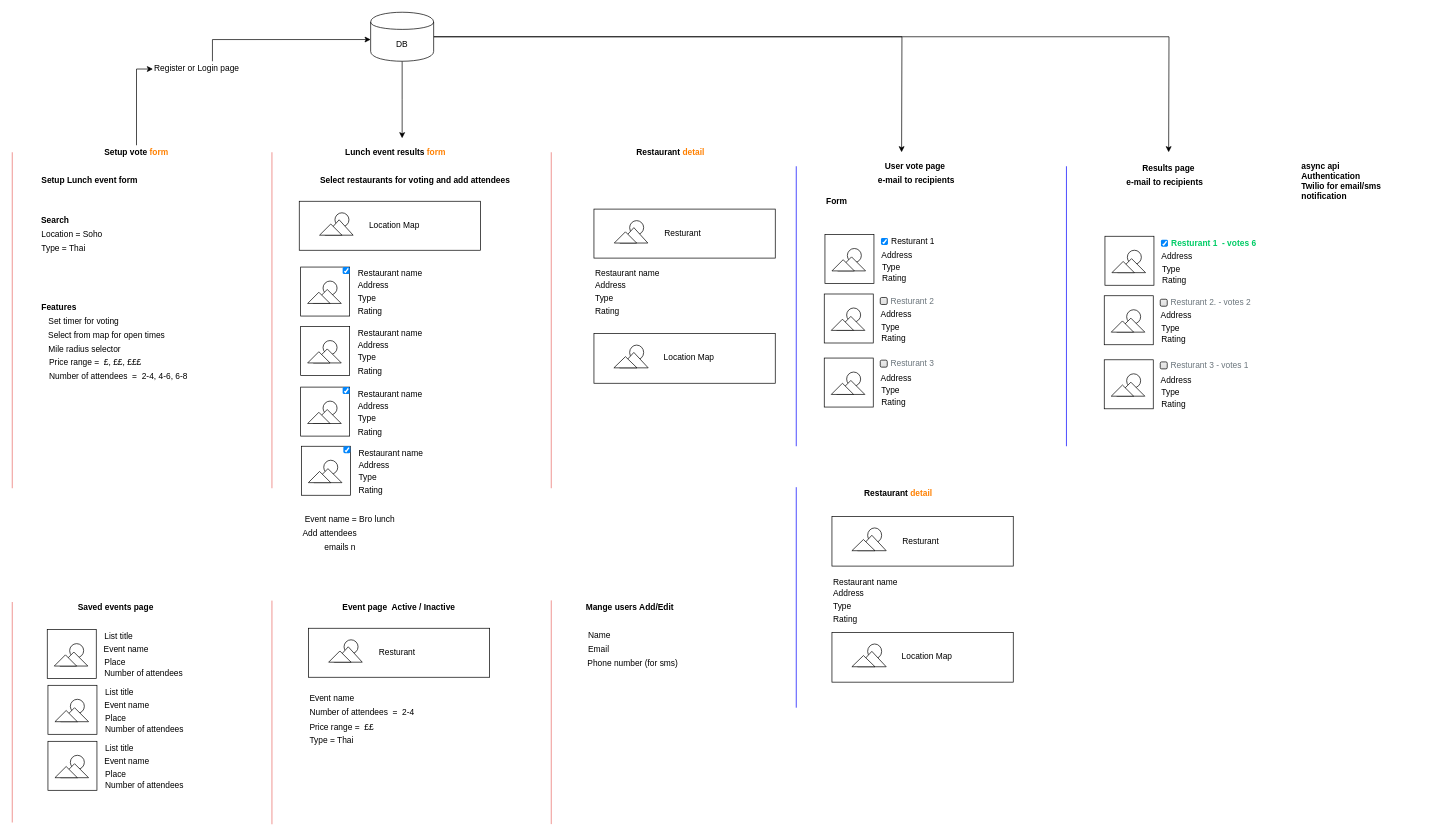
Above: lunchSystem.drawio in ameenaziz/lunch (draw.io), before the change. Source tidied: cells renumbered, new cells numbered last; positions are measured from the earlier drawing's top-left corner, leaving out a move shared by most shapes. Both pictures are drawn from the tidied source at 70%, with x=0, y=0 at pixel (12, 12).
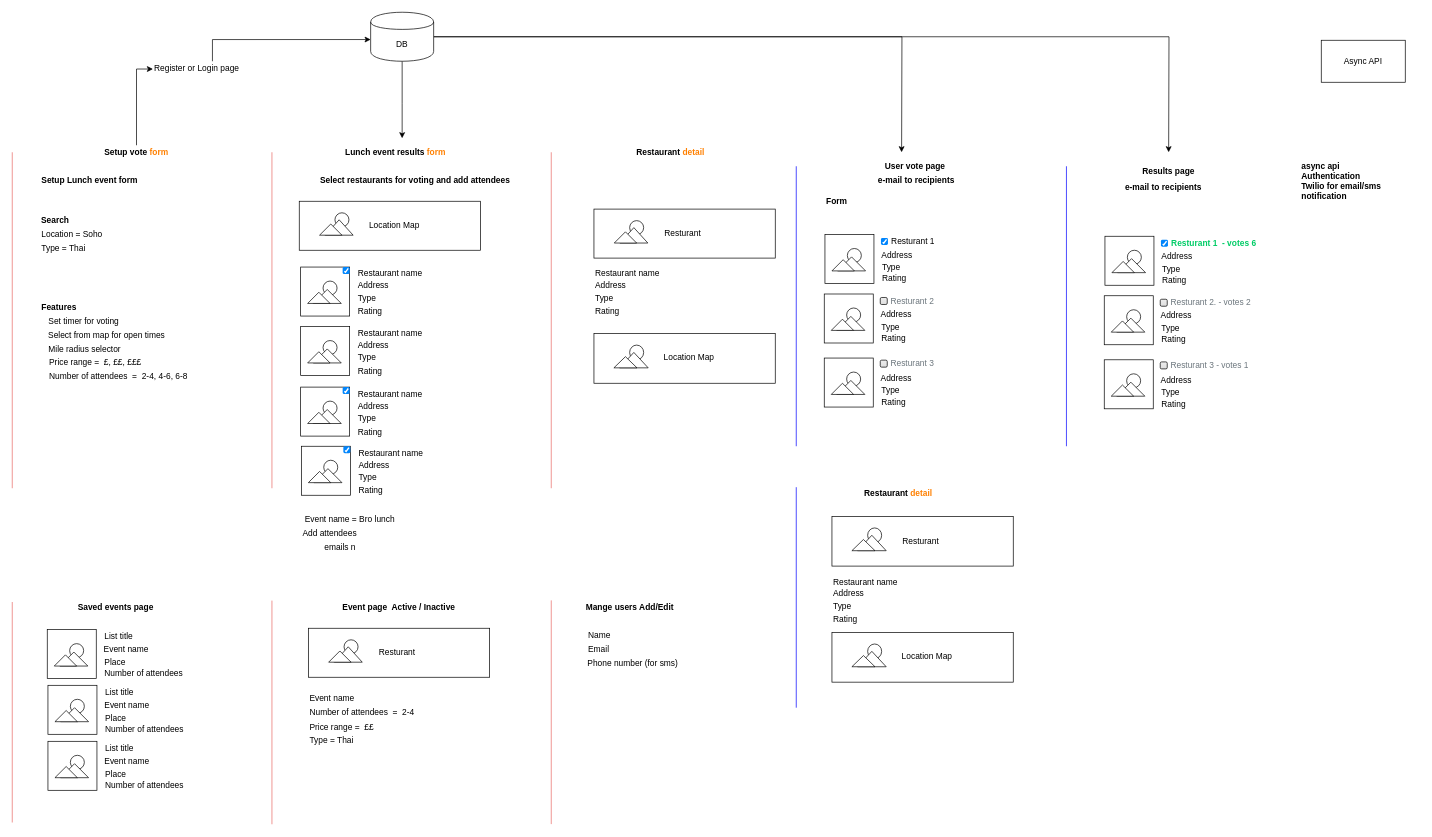
Above is the later version.

Unchanged cells that the change refers to:
```xml
<mxCell id="5" value="DB" style="shape=cylinder;whiteSpace=wrap;html=1;boundedLbl=1;backgroundOutline=1;" parent="1" vertex="1">
  <mxGeometry x="512" width="90" height="70" as="geometry" />
</mxCell>
```

Diff of the diagram source:
```diff
@@
     <mxCell id="4" style="edgeStyle=orthogonalEdgeStyle;rounded=0;jettySize=auto;html=1;" parent="1" edge="1" source="5">
       <mxGeometry relative="1" as="geometry">
         <mxPoint x="557" y="180" as="targetPoint" />
+        <Array as="points">
+          <mxPoint x="557" y="130" />
+          <mxPoint x="557" y="130" />
+        </Array>
       </mxGeometry>
     </mxCell>
@@
     <mxCell id="50" value="Results page" style="text;html=1;strokeColor=none;fillColor=none;align=center;verticalAlign=middle;whiteSpace=wrap;rounded=0;fontStyle=1;" parent="1" vertex="1">
-      <mxGeometry x="1596.5" y="213" width="110" height="20" as="geometry" />
+      <mxGeometry x="1596.5" y="220" width="110" height="13" as="geometry" />
     </mxCell>
@@
     <mxCell id="53" value="e-mail to recipients" style="text;html=1;strokeColor=none;fillColor=none;align=left;verticalAlign=middle;whiteSpace=wrap;rounded=0;fontStyle=1;" parent="1" vertex="1">
-      <mxGeometry x="1590" y="233" width="170" height="20" as="geometry" />
+      <mxGeometry x="1588" y="210" width="127" height="80" as="geometry" />
     </mxCell>
@@
+    <mxCell id="353" value="Async API" style="whiteSpace=wrap;html=1;" parent="1" vertex="1">
+      <mxGeometry x="1870" y="40" width="120" height="60" as="geometry" />
+    </mxCell>
```
